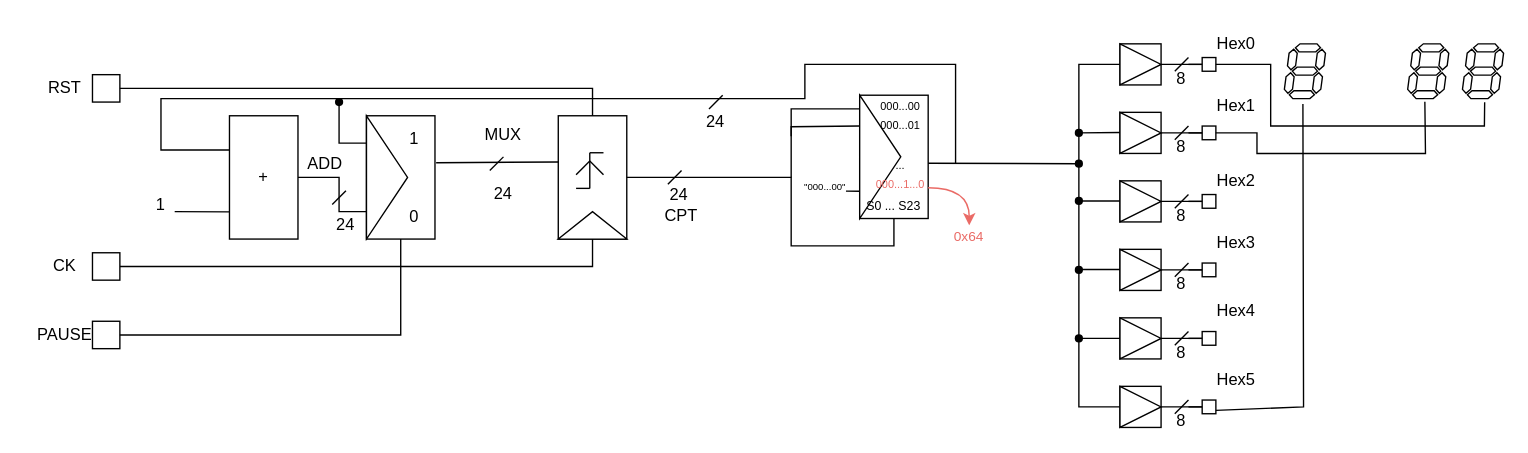
This is CPT24MAX.drawio from negans-soyez/VHDL, a draw.io file, before an edit. Source tidied: cells renumbered, new cells numbered last; positions are measured from the earlier drawing's top-left corner, leaving out a move shared by most shapes. Both pictures are drawn from the tidied source at 137%, with x=0, y=0 at pixel (23, 23).
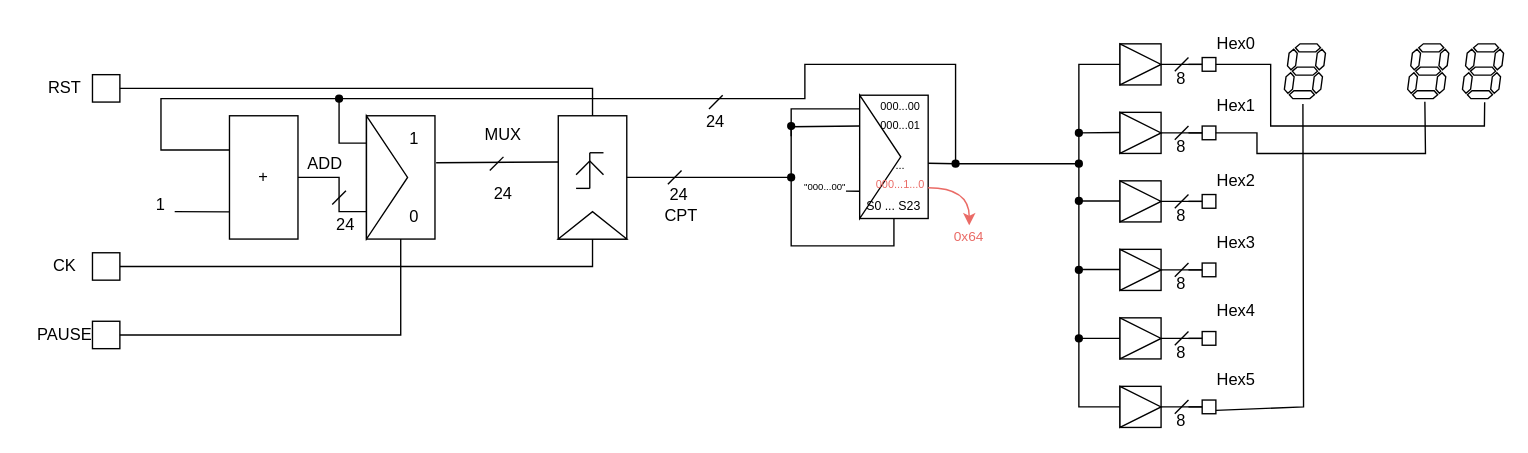
The same diagram, later.

Commit message (it also covers changes not shown here):
Mettre à jour CPT24MAX.drawio

Unchanged cells that the change refers to:
```xml
<mxCell id="4" style="rounded=0;whiteSpace=wrap;html=1;rotation=-90;" parent="3" vertex="1">
  <mxGeometry y="-20" width="90" height="50" as="geometry" />
</mxCell>
<mxCell id="108" style="rounded=0;whiteSpace=wrap;html=1;" parent="107" vertex="1">
  <mxGeometry width="50" height="90" as="geometry" />
</mxCell>
<mxCell id="113" style="shape=waypoint;sketch=0;fillStyle=solid;size=6;points=[];fillColor=none;perimeter=centerPerimeter;snapToPoint=1;" parent="1" vertex="1">
  <mxGeometry x="760" y="92" width="20" height="20" as="geometry" />
</mxCell>
```

Change to the diagram source:
```diff
@@
-    <mxCell id="22" style="endArrow=none;html=1;rounded=0;exitX=0.5;exitY=1;exitDx=0;exitDy=0;entryX=0.5;entryY=1;entryDx=0;entryDy=0;" parent="1" edge="1" source="4" target="108">
+    <mxCell id="22" style="endArrow=none;html=1;rounded=0;exitDx=0;exitDy=0;entryX=0.5;entryY=1;entryDx=0;entryDy=0;" parent="1" edge="1" source="123" target="108">
       <mxGeometry relative="1" as="geometry">
         <Array as="points">
-          <mxPoint x="560" y="112" />
           <mxPoint x="560" y="162" />
           <mxPoint x="635" y="162" />
         </Array>
       </mxGeometry>
     </mxCell>
@@
     <mxCell id="95" style="shape=waypoint;sketch=0;fillStyle=solid;size=6;points=[];fillColor=none;perimeter=centerPerimeter;snapToPoint=1;" parent="1" vertex="1">
-      <mxGeometry x="220" y="47" width="20" height="20" as="geometry" />
+      <mxGeometry x="220" y="44.5" width="20" height="20" as="geometry" />
     </mxCell>
@@
-    <mxCell id="112" style="endArrow=none;html=1;rounded=0;" parent="1" edge="1" target="113">
-      <mxGeometry relative="1" as="geometry">
-        <mxPoint x="660" y="101.7" as="sourcePoint" />
-      </mxGeometry>
+    <mxCell id="112" style="endArrow=none;html=1;rounded=0;" parent="1" edge="1" source="121" target="113">
+      <mxGeometry relative="1" as="geometry" />
     </mxCell>
@@
-    <mxCell id="115" style="endArrow=none;html=1;rounded=0;" parent="1" edge="1">
+    <mxCell id="115" style="endArrow=none;html=1;rounded=0;" parent="1" edge="1" source="125">
       <mxGeometry relative="1" as="geometry">
-        <mxPoint x="560" y="82" as="sourcePoint" />
         <mxPoint x="610" y="62" as="targetPoint" />
         <Array as="points">
           <mxPoint x="560" y="62" />
           <mxPoint x="580" y="62" />
         </Array>
       </mxGeometry>
     </mxCell>
@@
+    <mxCell id="120" style="endArrow=none;html=1;rounded=0;" parent="1" edge="1" target="121">
+      <mxGeometry relative="1" as="geometry">
+        <mxPoint x="660" y="101.7" as="sourcePoint" />
+      </mxGeometry>
+    </mxCell>
+    <mxCell id="121" style="shape=waypoint;sketch=0;fillStyle=solid;size=6;points=[];fillColor=none;perimeter=centerPerimeter;snapToPoint=1;" parent="1" vertex="1">
+      <mxGeometry x="670" y="92" width="20" height="20" as="geometry" />
+    </mxCell>
+    <mxCell id="122" style="endArrow=none;html=1;rounded=0;exitX=0.5;exitY=1;exitDx=0;exitDy=0;entryDx=0;entryDy=0;" parent="1" edge="1" source="4" target="123">
+      <mxGeometry relative="1" as="geometry" />
+    </mxCell>
+    <mxCell id="123" style="shape=waypoint;sketch=0;fillStyle=solid;size=6;points=[];fillColor=none;perimeter=centerPerimeter;snapToPoint=1;" parent="1" vertex="1">
+      <mxGeometry x="550" y="102" width="20" height="20" as="geometry" />
+    </mxCell>
+    <mxCell id="124" style="endArrow=none;html=1;rounded=0;" parent="1" edge="1" target="125">
+      <mxGeometry relative="1" as="geometry">
+        <mxPoint x="560" y="82" as="sourcePoint" />
+      </mxGeometry>
+    </mxCell>
+    <mxCell id="125" style="shape=waypoint;sketch=0;fillStyle=solid;size=6;points=[];fillColor=none;perimeter=centerPerimeter;snapToPoint=1;" parent="1" vertex="1">
+      <mxGeometry x="550" y="64.5" width="20" height="20" as="geometry" />
+    </mxCell>
```
